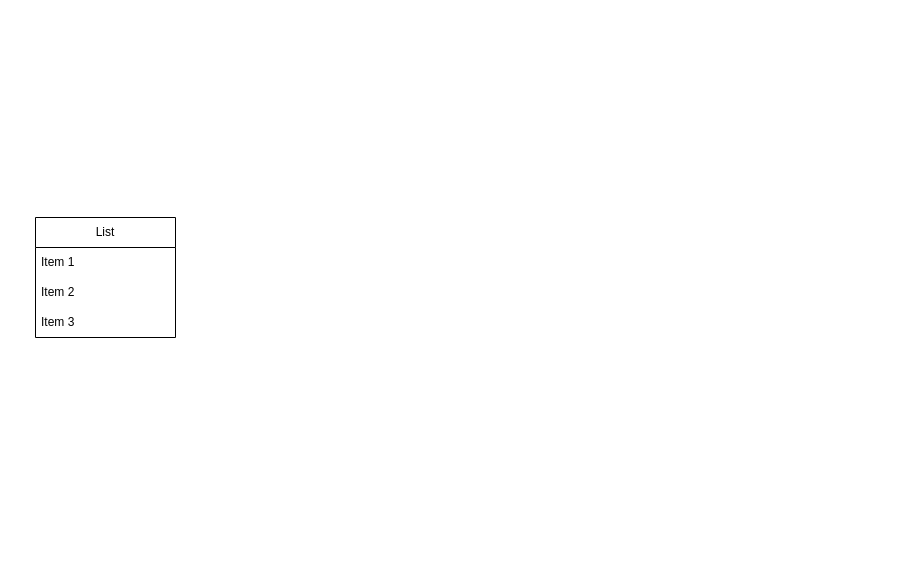
The draw.io diagram tech-solution/robot-data-olap.drawio in convexwf/diagram, before the edit. Source tidied: cells renumbered, new cells numbered last; positions are measured from the earlier drawing's top-left corner, leaving out a move shared by most shapes. Both pictures are drawn from the tidied source at 100%, with x=0, y=0 at pixel (35, 217).
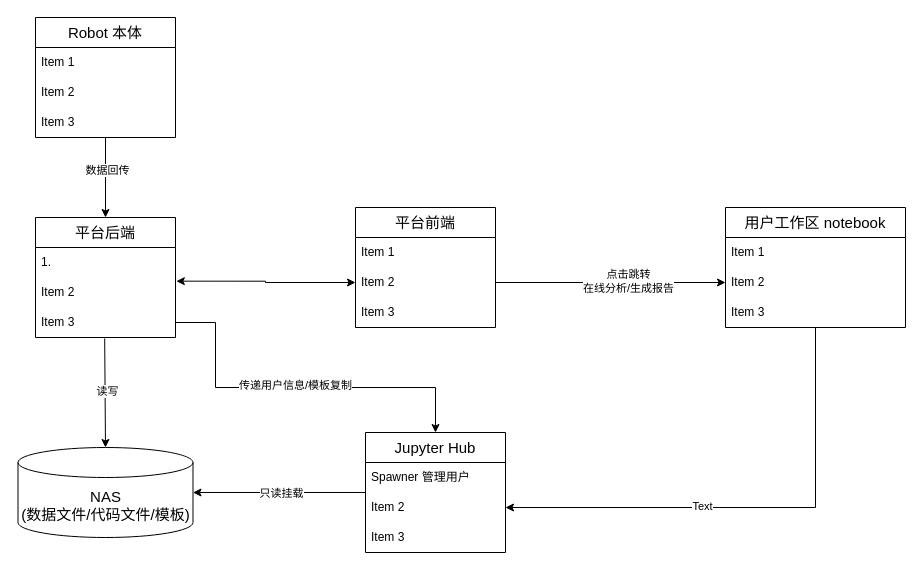
The same page after the edit.

Unchanged cells that the change refers to:
```xml
<mxCell id="4" value="Item 2" style="text;strokeColor=none;fillColor=none;align=left;verticalAlign=middle;spacingLeft=4;spacingRight=4;overflow=hidden;points=[[0,0.5],[1,0.5]];portConstraint=eastwest;whiteSpace=wrap;html=1;" parent="2" vertex="1">
  <mxGeometry y="60" width="140" height="30" as="geometry" />
</mxCell>
<mxCell id="5" value="Item 3" style="text;strokeColor=none;fillColor=none;align=left;verticalAlign=middle;spacingLeft=4;spacingRight=4;overflow=hidden;points=[[0,0.5],[1,0.5]];portConstraint=eastwest;whiteSpace=wrap;html=1;" parent="2" vertex="1">
  <mxGeometry y="90" width="140" height="30" as="geometry" />
</mxCell>
```

The edit, as a diff of the source:
```diff
@@
-    <mxCell id="2" value="List" style="swimlane;fontStyle=0;horizontal=1;startSize=30;whiteSpace=wrap;html=1;" parent="1" vertex="1">
+    <mxCell id="2" value="平台后端" style="swimlane;fontStyle=0;horizontal=1;startSize=30;whiteSpace=wrap;html=1;fontSize=15;" parent="1" vertex="1">
       <mxGeometry width="140" height="120" as="geometry" />
     </mxCell>
-    <mxCell id="3" value="Item 1" style="text;strokeColor=none;fillColor=none;align=left;verticalAlign=middle;spacingLeft=4;spacingRight=4;overflow=hidden;whiteSpace=wrap;html=1;" parent="2" vertex="1">
+    <mxCell id="3" value="1.&amp;nbsp;" style="text;strokeColor=none;fillColor=none;align=left;verticalAlign=middle;spacingLeft=4;spacingRight=4;overflow=hidden;whiteSpace=wrap;html=1;" parent="2" vertex="1">
       <mxGeometry y="30" width="140" height="30" as="geometry" />
     </mxCell>
@@
+    <mxCell id="6" value="NAS&lt;div&gt;(数据文件/代码文件/模板)&lt;/div&gt;" style="shape=cylinder3;whiteSpace=wrap;html=1;boundedLbl=1;backgroundOutline=1;size=15;fontSize=15;" parent="1" vertex="1">
+      <mxGeometry x="-17.5" y="230" width="175" height="90" as="geometry" />
+    </mxCell>
+    <mxCell id="7" style="endArrow=classic;html=1;rounded=0;exitX=0.494;exitY=1.033;exitDx=0;exitDy=0;exitPerimeter=0;entryX=0.5;entryY=0;entryDx=0;entryDy=0;entryPerimeter=0;" parent="1" edge="1">
+      <mxGeometry relative="1" as="geometry">
+        <mxPoint x="69.2" y="121" as="sourcePoint" />
+        <mxPoint x="70" y="230" as="targetPoint" />
+      </mxGeometry>
+    </mxCell>
+    <mxCell id="8" value="读写" style="edgeLabel;html=1;align=center;verticalAlign=middle;" parent="7" vertex="1">
+      <mxGeometry x="-0.03" y="2" relative="1" as="geometry" />
+    </mxCell>
+    <mxCell id="9" value="平台前端" style="swimlane;fontStyle=0;horizontal=1;startSize=30;whiteSpace=wrap;html=1;fontSize=15;" parent="1" vertex="1">
+      <mxGeometry x="320" y="-10" width="140" height="120" as="geometry" />
+    </mxCell>
+    <mxCell id="10" value="Item 1" style="text;strokeColor=none;fillColor=none;align=left;verticalAlign=middle;spacingLeft=4;spacingRight=4;overflow=hidden;whiteSpace=wrap;html=1;" parent="9" vertex="1">
+      <mxGeometry y="30" width="140" height="30" as="geometry" />
+    </mxCell>
+    <mxCell id="11" value="Item 2" style="text;strokeColor=none;fillColor=none;align=left;verticalAlign=middle;spacingLeft=4;spacingRight=4;overflow=hidden;points=[[0,0.5],[1,0.5]];portConstraint=eastwest;whiteSpace=wrap;html=1;" parent="9" vertex="1">
+      <mxGeometry y="60" width="140" height="30" as="geometry" />
+    </mxCell>
+    <mxCell id="12" value="Item 3" style="text;strokeColor=none;fillColor=none;align=left;verticalAlign=middle;spacingLeft=4;spacingRight=4;overflow=hidden;whiteSpace=wrap;html=1;" parent="9" vertex="1">
+      <mxGeometry y="90" width="140" height="30" as="geometry" />
+    </mxCell>
+    <mxCell id="13" value="Jupyter Hub" style="swimlane;fontStyle=0;horizontal=1;startSize=30;whiteSpace=wrap;html=1;fontSize=15;" parent="1" vertex="1">
+      <mxGeometry x="330" y="215" width="140" height="120" as="geometry" />
+    </mxCell>
+    <mxCell id="14" value="Spawner 管理用户" style="text;strokeColor=none;fillColor=none;align=left;verticalAlign=middle;spacingLeft=4;spacingRight=4;overflow=hidden;whiteSpace=wrap;html=1;" parent="13" vertex="1">
+      <mxGeometry y="30" width="140" height="30" as="geometry" />
+    </mxCell>
+    <mxCell id="15" value="Item 2" style="text;strokeColor=none;fillColor=none;align=left;verticalAlign=middle;spacingLeft=4;spacingRight=4;overflow=hidden;points=[[0,0.5],[1,0.5]];portConstraint=eastwest;whiteSpace=wrap;html=1;" parent="13" vertex="1">
+      <mxGeometry y="60" width="140" height="30" as="geometry" />
+    </mxCell>
+    <mxCell id="16" value="Item 3" style="text;strokeColor=none;fillColor=none;align=left;verticalAlign=middle;spacingLeft=4;spacingRight=4;overflow=hidden;whiteSpace=wrap;html=1;" parent="13" vertex="1">
+      <mxGeometry y="90" width="140" height="30" as="geometry" />
+    </mxCell>
+    <mxCell id="17" style="edgeStyle=orthogonalEdgeStyle;rounded=0;jettySize=auto;html=1;entryX=1;entryY=0.5;entryDx=0;entryDy=0;" parent="1" edge="1" source="19" target="15">
+      <mxGeometry relative="1" as="geometry" />
+    </mxCell>
+    <mxCell id="18" value="Text" style="edgeLabel;html=1;align=center;verticalAlign=middle;" parent="17" vertex="1">
+      <mxGeometry x="0.2" y="-2" relative="1" as="geometry" />
+    </mxCell>
+    <mxCell id="19" value="用户工作区 notebook" style="swimlane;fontStyle=0;horizontal=1;startSize=30;whiteSpace=wrap;html=1;fontSize=15;" parent="1" vertex="1">
+      <mxGeometry x="690" y="-10" width="180" height="120" as="geometry" />
+    </mxCell>
+    <mxCell id="20" value="Item 1" style="text;strokeColor=none;fillColor=none;align=left;verticalAlign=middle;spacingLeft=4;spacingRight=4;overflow=hidden;whiteSpace=wrap;html=1;" parent="19" vertex="1">
+      <mxGeometry y="30" width="180" height="30" as="geometry" />
+    </mxCell>
+    <mxCell id="21" value="Item 2" style="text;strokeColor=none;fillColor=none;align=left;verticalAlign=middle;spacingLeft=4;spacingRight=4;overflow=hidden;points=[[0,0.5],[1,0.5]];portConstraint=eastwest;whiteSpace=wrap;html=1;" parent="19" vertex="1">
+      <mxGeometry y="60" width="180" height="30" as="geometry" />
+    </mxCell>
+    <mxCell id="22" value="Item 3" style="text;strokeColor=none;fillColor=none;align=left;verticalAlign=middle;spacingLeft=4;spacingRight=4;overflow=hidden;whiteSpace=wrap;html=1;" parent="19" vertex="1">
+      <mxGeometry y="90" width="180" height="30" as="geometry" />
+    </mxCell>
+    <mxCell id="23" style="edgeStyle=orthogonalEdgeStyle;rounded=0;jettySize=auto;html=1;exitX=1;exitY=0.5;exitDx=0;exitDy=0;entryX=0;entryY=0.5;entryDx=0;entryDy=0;" parent="1" edge="1" source="11" target="21">
+      <mxGeometry relative="1" as="geometry" />
+    </mxCell>
+    <mxCell id="24" value="点击跳转&lt;br&gt;在线分析/生成报告" style="edgeLabel;html=1;align=center;verticalAlign=middle;" parent="23" vertex="1">
+      <mxGeometry x="0.15" y="2" relative="1" as="geometry" />
+    </mxCell>
+    <mxCell id="25" style="edgeStyle=orthogonalEdgeStyle;rounded=0;jettySize=auto;html=1;" parent="1" edge="1" source="27" target="2">
+      <mxGeometry relative="1" as="geometry" />
+    </mxCell>
+    <mxCell id="26" value="数据回传" style="edgeLabel;html=1;align=center;verticalAlign=middle;" parent="25" vertex="1">
+      <mxGeometry x="-0.19" y="1" relative="1" as="geometry" />
+    </mxCell>
+    <mxCell id="27" value="Robot 本体" style="swimlane;fontStyle=0;horizontal=1;startSize=30;whiteSpace=wrap;html=1;fontSize=15;" parent="1" vertex="1">
+      <mxGeometry y="-200" width="140" height="120" as="geometry" />
+    </mxCell>
+    <mxCell id="28" value="Item 1" style="text;strokeColor=none;fillColor=none;align=left;verticalAlign=middle;spacingLeft=4;spacingRight=4;overflow=hidden;whiteSpace=wrap;html=1;" parent="27" vertex="1">
+      <mxGeometry y="30" width="140" height="30" as="geometry" />
+    </mxCell>
+    <mxCell id="29" value="Item 2" style="text;strokeColor=none;fillColor=none;align=left;verticalAlign=middle;spacingLeft=4;spacingRight=4;overflow=hidden;whiteSpace=wrap;html=1;" parent="27" vertex="1">
+      <mxGeometry y="60" width="140" height="30" as="geometry" />
+    </mxCell>
+    <mxCell id="30" value="Item 3" style="text;strokeColor=none;fillColor=none;align=left;verticalAlign=middle;spacingLeft=4;spacingRight=4;overflow=hidden;whiteSpace=wrap;html=1;" parent="27" vertex="1">
+      <mxGeometry y="90" width="140" height="30" as="geometry" />
+    </mxCell>
+    <mxCell id="31" style="edgeStyle=orthogonalEdgeStyle;rounded=0;jettySize=auto;html=1;entryX=1;entryY=0.5;entryDx=0;entryDy=0;entryPerimeter=0;" parent="1" edge="1" source="13" target="6">
+      <mxGeometry relative="1" as="geometry" />
+    </mxCell>
+    <mxCell id="32" value="只读挂载" style="edgeLabel;html=1;align=center;verticalAlign=middle;" parent="31" vertex="1">
+      <mxGeometry x="-0.02" relative="1" as="geometry" />
+    </mxCell>
+    <mxCell id="33" style="edgeStyle=orthogonalEdgeStyle;rounded=0;jettySize=auto;html=1;entryX=1.006;entryY=0.122;entryDx=0;entryDy=0;entryPerimeter=0;startArrow=classic;startFill=1;" parent="1" edge="1" source="11" target="4">
+      <mxGeometry relative="1" as="geometry" />
+    </mxCell>
+    <mxCell id="34" style="edgeStyle=orthogonalEdgeStyle;rounded=0;jettySize=auto;html=1;entryX=0.5;entryY=0;entryDx=0;entryDy=0;" parent="1" edge="1" source="5" target="13">
+      <mxGeometry relative="1" as="geometry">
+        <Array as="points">
+          <mxPoint x="180" y="105" />
+          <mxPoint x="180" y="170" />
+          <mxPoint x="400" y="170" />
+        </Array>
+      </mxGeometry>
+    </mxCell>
+    <mxCell id="35" value="传递用户信息/模板复制" style="edgeLabel;html=1;align=center;verticalAlign=middle;" parent="34" vertex="1">
+      <mxGeometry x="-0.08" y="3" relative="1" as="geometry">
+        <mxPoint x="14" as="offset" />
+      </mxGeometry>
+    </mxCell>
```
